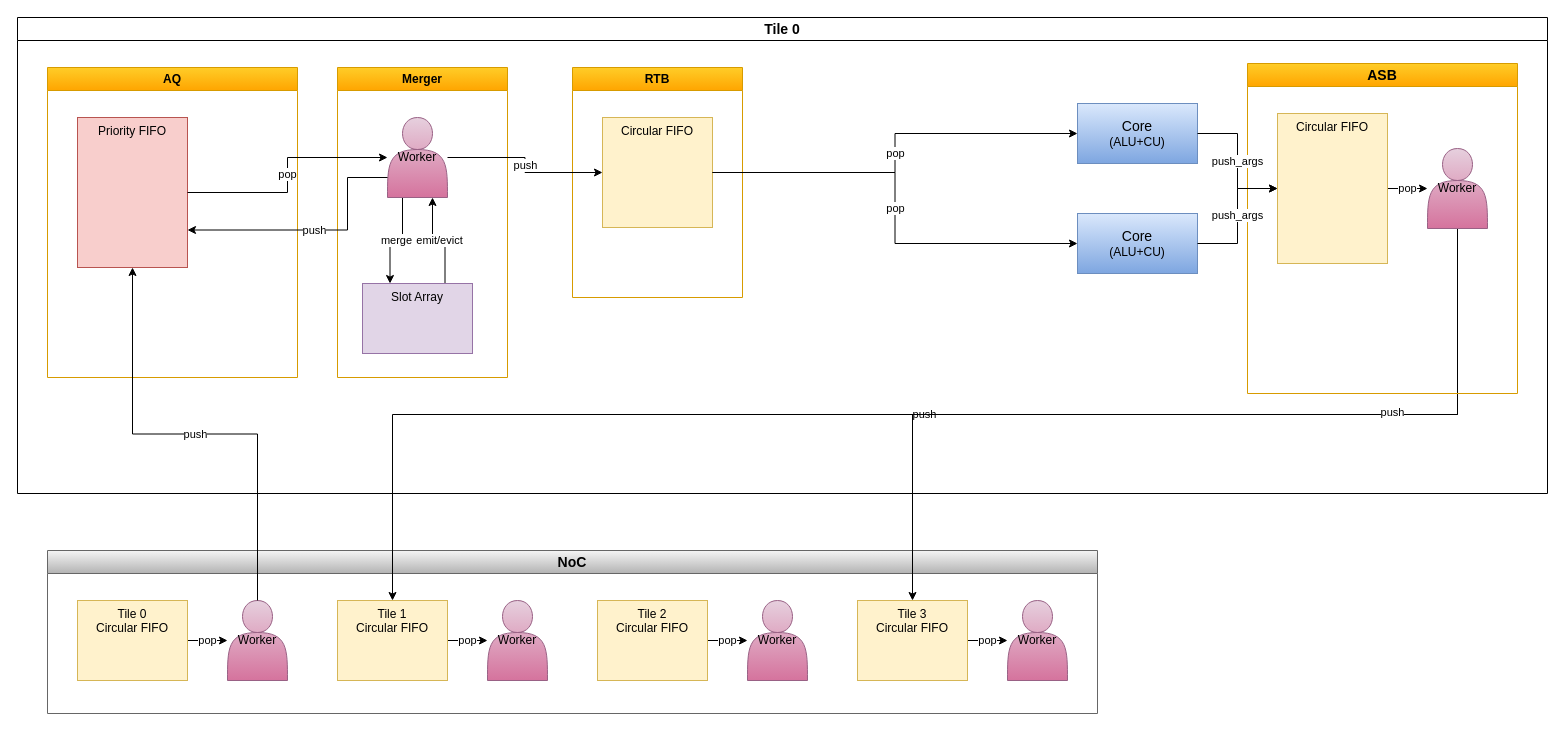
Before: verilator_digrams/专用硬件2_15.drawio in Dercury/CLDK, a draw.io diagram. Source tidied: cells renumbered, new cells numbered last; positions are measured from the earlier drawing's top-left corner, leaving out a move shared by most shapes. Both pictures are drawn from the tidied source at 100%, with x=0, y=0 at pixel (17, 17).
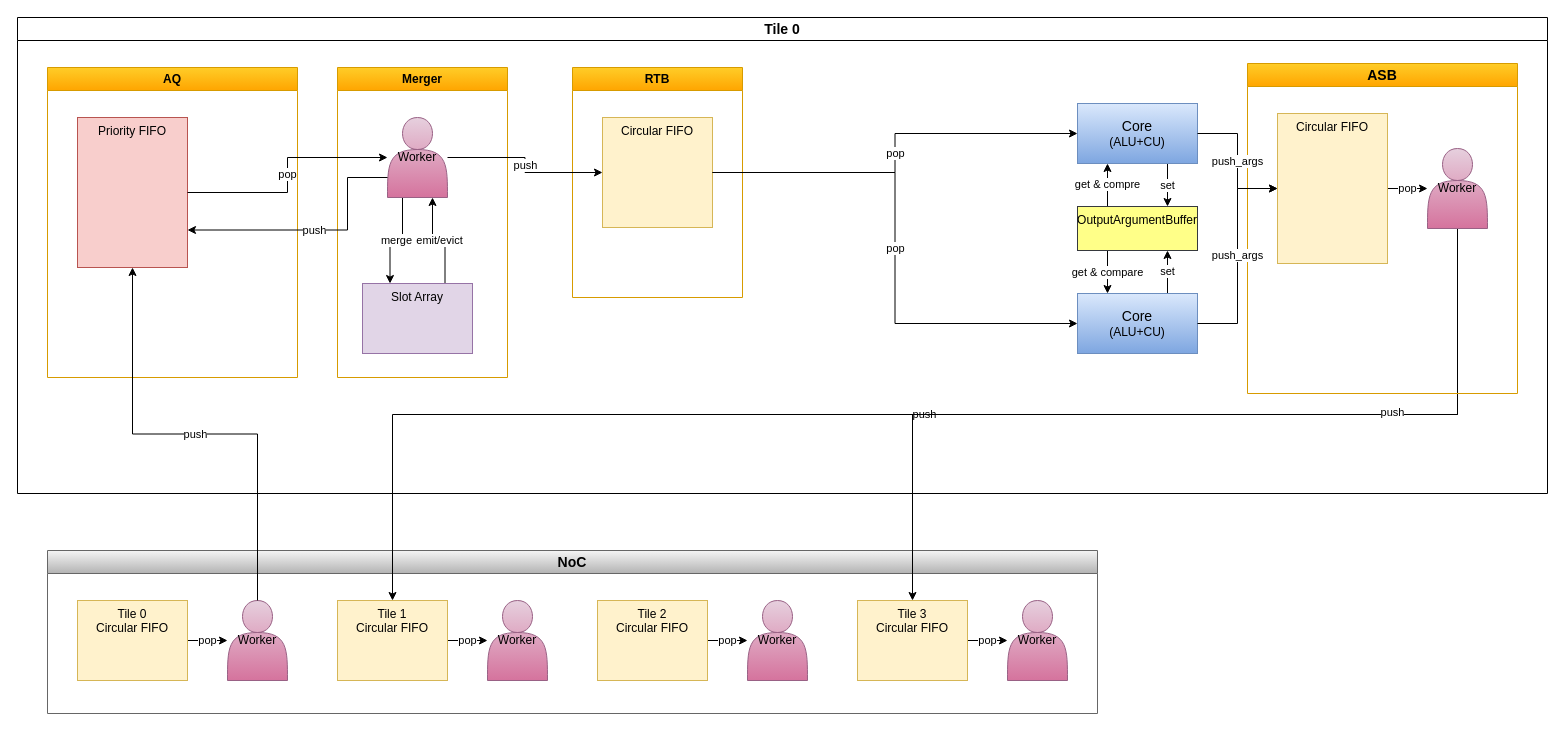
The same page after the edit.

Commit message:
更新专用硬件2_15.drawio

The change refers to these unchanged cells:
```xml
<mxCell id="18" value="Tile 0" style="swimlane;whiteSpace=wrap;html=1;fontSize=14;" parent="1" vertex="1">
  <mxGeometry width="1530" height="476" as="geometry" />
</mxCell>
<mxCell id="21" value="Circular FIFO" style="rounded=0;whiteSpace=wrap;html=1;verticalAlign=top;fillColor=#fff2cc;strokeColor=#d6b656;" parent="19" vertex="1">
  <mxGeometry x="30" y="50" width="110" height="150" as="geometry" />
</mxCell>
<mxCell id="23" value="&lt;font style=&quot;font-size: 14px;&quot;&gt;Core&lt;/font&gt;&lt;div&gt;(ALU+CU)&lt;/div&gt;" style="rounded=0;whiteSpace=wrap;html=1;fillColor=#dae8fc;gradientColor=#7ea6e0;strokeColor=#6c8ebf;" parent="18" vertex="1">
  <mxGeometry x="1060" y="86" width="120" height="60" as="geometry" />
</mxCell>
<mxCell id="35" value="Circular FIFO" style="rounded=0;whiteSpace=wrap;html=1;verticalAlign=top;fillColor=#fff2cc;strokeColor=#d6b656;" parent="34" vertex="1">
  <mxGeometry x="30" y="50" width="110" height="110" as="geometry" />
</mxCell>
```

What changed in the source:
```diff
@@
+    <mxCell id="42" value="set" style="edgeStyle=orthogonalEdgeStyle;rounded=0;jettySize=auto;html=1;exitX=0.75;exitY=1;exitDx=0;exitDy=0;entryX=0.75;entryY=0;entryDx=0;entryDy=0;" parent="18" edge="1" source="23" target="46">
+      <mxGeometry relative="1" as="geometry" />
+    </mxCell>
@@
+    <mxCell id="43" value="set" style="edgeStyle=orthogonalEdgeStyle;rounded=0;jettySize=auto;html=1;exitX=0.75;exitY=0;exitDx=0;exitDy=0;entryX=0.75;entryY=1;entryDx=0;entryDy=0;" parent="18" edge="1" source="25" target="46">
+      <mxGeometry relative="1" as="geometry" />
+    </mxCell>
     <mxCell id="25" value="&lt;font style=&quot;font-size: 14px;&quot;&gt;Core&lt;/font&gt;&lt;div&gt;(ALU+CU)&lt;/div&gt;" style="rounded=0;whiteSpace=wrap;html=1;fillColor=#dae8fc;gradientColor=#7ea6e0;strokeColor=#6c8ebf;" parent="18" vertex="1">
-      <mxGeometry x="1060" y="196" width="120" height="60" as="geometry" />
+      <mxGeometry x="1060" y="276" width="120" height="60" as="geometry" />
     </mxCell>
-    <mxCell id="26" value="push_args" style="edgeStyle=orthogonalEdgeStyle;rounded=0;jettySize=auto;html=1;" parent="18" edge="1" source="25" target="21">
+    <mxCell id="26" value="push_args" style="edgeStyle=orthogonalEdgeStyle;rounded=0;jettySize=auto;html=1;entryX=0;entryY=0.5;entryDx=0;entryDy=0;" parent="18" edge="1" source="25" target="21">
       <mxGeometry relative="1" as="geometry" />
     </mxCell>
@@
-    <mxCell id="37" value="pop" style="edgeStyle=orthogonalEdgeStyle;rounded=0;jettySize=auto;html=1;" parent="18" edge="1" source="35" target="25">
+    <mxCell id="37" value="pop" style="edgeStyle=orthogonalEdgeStyle;rounded=0;jettySize=auto;html=1;entryX=0;entryY=0.5;entryDx=0;entryDy=0;" parent="18" edge="1" source="35" target="25">
       <mxGeometry relative="1" as="geometry" />
     </mxCell>
@@
+    <mxCell id="44" value="get &amp;amp; compre" style="edgeStyle=orthogonalEdgeStyle;rounded=0;jettySize=auto;html=1;exitX=0.25;exitY=0;exitDx=0;exitDy=0;entryX=0.25;entryY=1;entryDx=0;entryDy=0;" parent="18" edge="1" source="46" target="23">
+      <mxGeometry relative="1" as="geometry" />
+    </mxCell>
+    <mxCell id="45" value="get &amp;amp; compare" style="edgeStyle=orthogonalEdgeStyle;rounded=0;jettySize=auto;html=1;exitX=0.25;exitY=1;exitDx=0;exitDy=0;entryX=0.25;entryY=0;entryDx=0;entryDy=0;" parent="18" edge="1" source="46" target="25">
+      <mxGeometry relative="1" as="geometry" />
+    </mxCell>
+    <mxCell id="46" value="OutputArgumentBuffer" style="rounded=0;whiteSpace=wrap;html=1;verticalAlign=top;fillColor=#ffff88;strokeColor=#36393d;" parent="18" vertex="1">
+      <mxGeometry x="1060" y="189" width="120" height="44" as="geometry" />
+    </mxCell>
```
